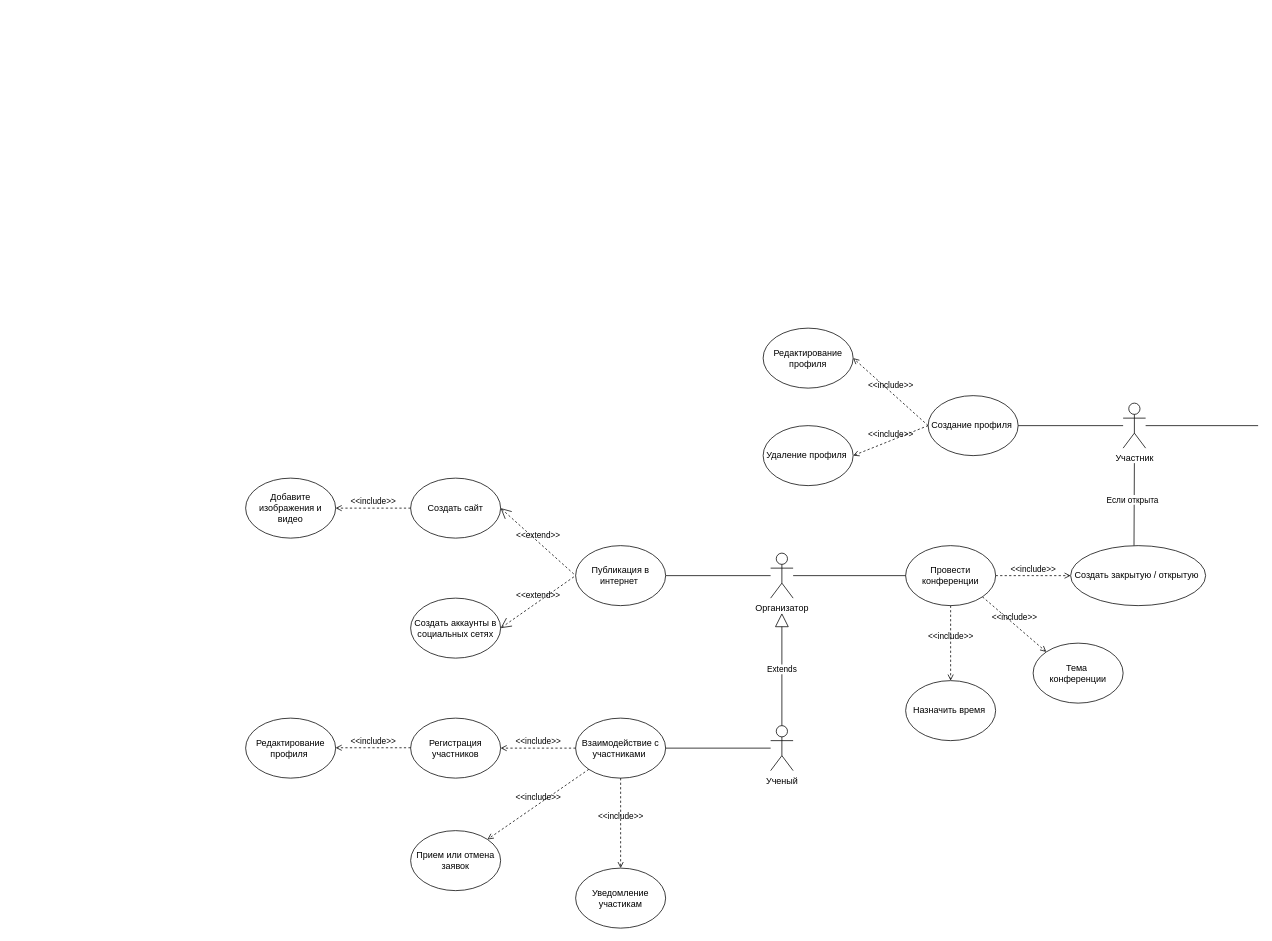
makatom15/scientific-conference- keeps this draw.io diagram as Диаграмма без названия.drawio. Above is the earlier version. Source tidied: cells renumbered, new cells numbered last; positions are measured from the earlier drawing's top-left corner, leaving out a move shared by most shapes. Both pictures are drawn from the tidied source at 75%, with x=0, y=0 at pixel (245, 328).
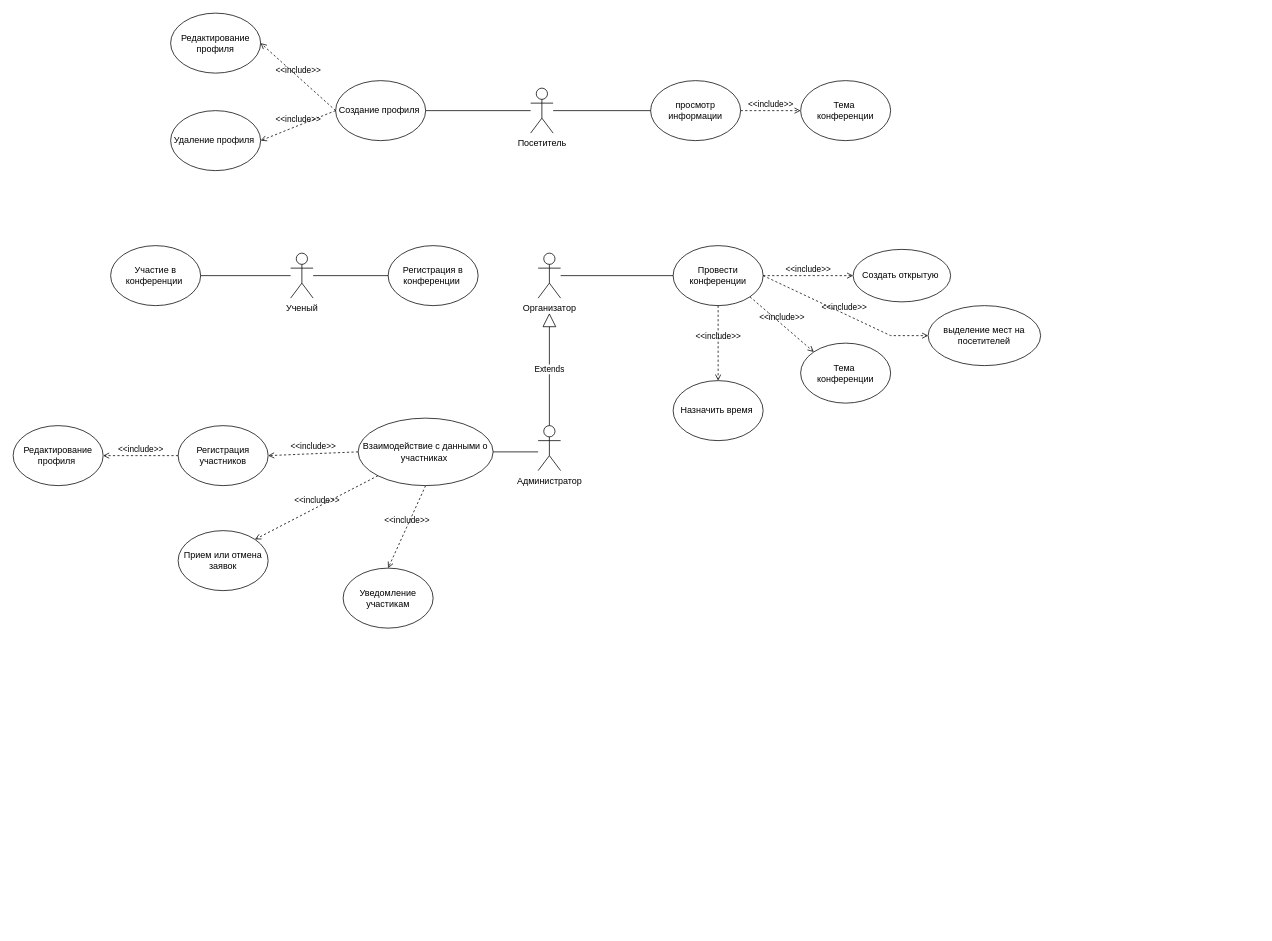
After the change.

What changed in the source:
```diff
@@
-    <mxCell id="2" value="Ученый" style="shape=umlActor;verticalLabelPosition=bottom;verticalAlign=top;html=1;outlineConnect=0;" parent="1" vertex="1">
-      <mxGeometry x="700" y="530" width="30" height="60" as="geometry" />
+    <mxCell id="2" value="Администратор" style="shape=umlActor;verticalLabelPosition=bottom;verticalAlign=top;html=1;outlineConnect=0;" parent="1" vertex="1">
+      <mxGeometry x="390" y="130" width="30" height="60" as="geometry" />
     </mxCell>
     <mxCell id="3" value="Организатор" style="shape=umlActor;verticalLabelPosition=bottom;verticalAlign=top;html=1;outlineConnect=0;" parent="1" vertex="1">
-      <mxGeometry x="700" y="300" width="30" height="60" as="geometry" />
+      <mxGeometry x="390" y="-100" width="30" height="60" as="geometry" />
     </mxCell>
-    <mxCell id="4" value="Взаимодействие с участниками&amp;nbsp;" style="ellipse;whiteSpace=wrap;html=1;" parent="1" vertex="1">
-      <mxGeometry x="440" y="520" width="120" height="80" as="geometry" />
+    <mxCell id="4" value="Взаимодействие с данными о участниках&amp;nbsp;" style="ellipse;whiteSpace=wrap;html=1;" parent="1" vertex="1">
+      <mxGeometry x="150" y="120" width="180" height="90" as="geometry" />
     </mxCell>
-    <mxCell id="5" style="endArrow=none;html=1;rounded=0;exitX=1;exitY=0.5;exitDx=0;exitDy=0;" parent="1" edge="1" source="4" target="2">
-      <mxGeometry relative="1" as="geometry" />
+    <mxCell id="5" style="endArrow=none;html=1;rounded=0;exitX=1;exitY=0.5;exitDx=0;exitDy=0;" parent="1" edge="1" source="4">
+      <mxGeometry relative="1" as="geometry">
+        <mxPoint x="390" y="165" as="targetPoint" />
+      </mxGeometry>
     </mxCell>
-    <mxCell id="6" style="endArrow=none;html=1;rounded=0;exitX=1;exitY=0.5;exitDx=0;exitDy=0;" parent="1" edge="1" target="3">
-      <mxGeometry relative="1" as="geometry">
-        <mxPoint x="560" y="330" as="sourcePoint" />
-      </mxGeometry>
-    </mxCell>
     <mxCell id="7" value="Провести конференции" style="ellipse;whiteSpace=wrap;html=1;" parent="1" vertex="1">
-      <mxGeometry x="880" y="290" width="120" height="80" as="geometry" />
+      <mxGeometry x="570" y="-110" width="120" height="80" as="geometry" />
     </mxCell>
@@
-    <mxCell id="9" value="Участник" style="shape=umlActor;verticalLabelPosition=bottom;verticalAlign=top;html=1;outlineConnect=0;" parent="1" vertex="1">
-      <mxGeometry x="1170" y="100" width="30" height="60" as="geometry" />
+    <mxCell id="9" value="Посетитель" style="shape=umlActor;verticalLabelPosition=bottom;verticalAlign=top;html=1;outlineConnect=0;" parent="1" vertex="1">
+      <mxGeometry x="380" y="-320" width="30" height="60" as="geometry" />
     </mxCell>
-    <mxCell id="10" style="endArrow=none;html=1;rounded=0;entryX=0;entryY=0.5;entryDx=0;entryDy=0;" parent="1" edge="1" source="9">
-      <mxGeometry relative="1" as="geometry">
-        <mxPoint x="1350" y="130" as="targetPoint" />
-      </mxGeometry>
-    </mxCell>
-    <mxCell id="11" style="endArrow=none;html=1;rounded=0;exitX=1;exitY=0.5;exitDx=0;exitDy=0;" parent="1" edge="1" target="9">
+    <mxCell id="11" style="endArrow=none;html=1;rounded=0;exitX=1;exitY=0.5;exitDx=0;exitDy=0;" parent="1" edge="1">
       <mxGeometry relative="1" as="geometry">
-        <mxPoint x="1030" y="130" as="sourcePoint" />
+        <mxPoint x="240" y="-290" as="sourcePoint" />
+        <mxPoint x="380" y="-290" as="targetPoint" />
       </mxGeometry>
     </mxCell>
     <mxCell id="12" value="Уведомление участикам" style="ellipse;whiteSpace=wrap;html=1;" parent="1" vertex="1">
-      <mxGeometry x="440" y="720" width="120" height="80" as="geometry" />
+      <mxGeometry x="130" y="320" width="120" height="80" as="geometry" />
     </mxCell>
     <mxCell id="13" value="Прием или отмена заявок" style="ellipse;whiteSpace=wrap;html=1;" parent="1" vertex="1">
-      <mxGeometry x="220" y="670" width="120" height="80" as="geometry" />
+      <mxGeometry x="-90" y="270" width="120" height="80" as="geometry" />
     </mxCell>
     <mxCell id="14" value="Регистрация участников" style="ellipse;whiteSpace=wrap;html=1;" parent="1" vertex="1">
-      <mxGeometry x="220" y="520" width="120" height="80" as="geometry" />
+      <mxGeometry x="-90" y="130" width="120" height="80" as="geometry" />
     </mxCell>
@@
     <mxCell id="18" value="Extends" style="endArrow=block;endSize=16;endFill=0;html=1;rounded=0;exitX=0.5;exitY=0;exitDx=0;exitDy=0;exitPerimeter=0;" parent="1" edge="1" source="2">
       <mxGeometry relative="1" as="geometry">
-        <mxPoint x="715" y="380" as="targetPoint" />
+        <mxPoint x="405" y="-20" as="targetPoint" />
       </mxGeometry>
     </mxCell>
-    <mxCell id="19" style="endArrow=none;html=1;rounded=0;exitX=0.5;exitY=0;exitDx=0;exitDy=0;" parent="1" edge="1">
-      <mxGeometry relative="1" as="geometry">
-        <mxPoint x="1184.5" y="290" as="sourcePoint" />
-        <mxPoint x="1185" y="180" as="targetPoint" />
-      </mxGeometry>
-    </mxCell>
-    <mxCell id="20" value="Если открыта&amp;nbsp;" style="edgeLabel;html=1;align=center;verticalAlign=middle;" parent="19" vertex="1">
-      <mxGeometry x="0.1" y="1" relative="1" as="geometry" />
-    </mxCell>
-    <mxCell id="21" value="&amp;lt;&amp;lt;include&amp;gt;&amp;gt;" style="edgeStyle=none;html=1;endArrow=open;verticalAlign=bottom;dashed=1;labelBackgroundColor=none;rounded=0;exitX=0;exitY=0.5;exitDx=0;exitDy=0;entryX=1;entryY=0.5;entryDx=0;entryDy=0;" parent="1" edge="1">
-      <mxGeometry relative="1" as="geometry">
-        <mxPoint x="220" y="559.5" as="sourcePoint" />
-        <mxPoint x="120" y="559.5" as="targetPoint" />
-      </mxGeometry>
+    <mxCell id="21" value="&amp;lt;&amp;lt;include&amp;gt;&amp;gt;" style="edgeStyle=none;html=1;endArrow=open;verticalAlign=bottom;dashed=1;labelBackgroundColor=none;rounded=0;exitX=0;exitY=0.5;exitDx=0;exitDy=0;entryX=1;entryY=0.5;entryDx=0;entryDy=0;" parent="1" edge="1" source="14" target="22">
+      <mxGeometry relative="1" as="geometry" />
     </mxCell>
     <mxCell id="22" value="Редактирование профиля&amp;nbsp;" style="ellipse;whiteSpace=wrap;html=1;" parent="1" vertex="1">
-      <mxGeometry y="520" width="120" height="80" as="geometry" />
+      <mxGeometry x="-310" y="130" width="120" height="80" as="geometry" />
     </mxCell>
     <mxCell id="23" value="Назначить время&amp;nbsp;" style="ellipse;whiteSpace=wrap;html=1;" parent="1" vertex="1">
-      <mxGeometry x="880" y="470" width="120" height="80" as="geometry" />
+      <mxGeometry x="570" y="70" width="120" height="80" as="geometry" />
     </mxCell>
@@
-    <mxCell id="25" value="Создать закрытую / открытую&amp;nbsp;" style="ellipse;whiteSpace=wrap;html=1;" parent="1" vertex="1">
-      <mxGeometry x="1100" y="290" width="180" height="80" as="geometry" />
+    <mxCell id="25" value="Создать открытую&amp;nbsp;" style="ellipse;whiteSpace=wrap;html=1;" parent="1" vertex="1">
+      <mxGeometry x="810" y="-105" width="130" height="70" as="geometry" />
     </mxCell>
@@
     <mxCell id="27" value="Создание профиля&amp;nbsp;" style="ellipse;whiteSpace=wrap;html=1;" parent="1" vertex="1">
-      <mxGeometry x="910" y="90" width="120" height="80" as="geometry" />
+      <mxGeometry x="120" y="-330" width="120" height="80" as="geometry" />
     </mxCell>
     <mxCell id="28" value="Редактирование профиля" style="ellipse;whiteSpace=wrap;html=1;" parent="1" vertex="1">
-      <mxGeometry x="690" width="120" height="80" as="geometry" />
+      <mxGeometry x="-100" y="-420" width="120" height="80" as="geometry" />
     </mxCell>
@@
     <mxCell id="30" value="Удаление профиля&amp;nbsp;" style="ellipse;whiteSpace=wrap;html=1;" parent="1" vertex="1">
-      <mxGeometry x="690" y="130" width="120" height="80" as="geometry" />
+      <mxGeometry x="-100" y="-290" width="120" height="80" as="geometry" />
     </mxCell>
@@
     <mxCell id="32" value="Тема&amp;nbsp;&lt;br&gt;конференции" style="ellipse;whiteSpace=wrap;html=1;" parent="1" vertex="1">
-      <mxGeometry x="1050" y="420" width="120" height="80" as="geometry" />
+      <mxGeometry x="740" y="20" width="120" height="80" as="geometry" />
     </mxCell>
@@
-    <mxCell id="34" value="Публикация в интернет&amp;nbsp;" style="ellipse;whiteSpace=wrap;html=1;" parent="1" vertex="1">
-      <mxGeometry x="440" y="290" width="120" height="80" as="geometry" />
-    </mxCell>
-    <mxCell id="35" value="Создать сайт" style="ellipse;whiteSpace=wrap;html=1;" parent="1" vertex="1">
-      <mxGeometry x="220" y="200" width="120" height="80" as="geometry" />
-    </mxCell>
-    <mxCell id="36" value="&amp;lt;&amp;lt;extend&amp;gt;&amp;gt;" style="edgeStyle=none;html=1;startArrow=open;endArrow=none;startSize=12;verticalAlign=bottom;dashed=1;labelBackgroundColor=none;rounded=0;entryX=0;entryY=0.5;entryDx=0;entryDy=0;exitX=1;exitY=0.5;exitDx=0;exitDy=0;" parent="1" edge="1" source="35" target="34">
-      <mxGeometry relative="1" as="geometry" />
-    </mxCell>
-    <mxCell id="37" value="Добавите изображения и видео" style="ellipse;whiteSpace=wrap;html=1;" parent="1" vertex="1">
-      <mxGeometry y="200" width="120" height="80" as="geometry" />
-    </mxCell>
-    <mxCell id="38" value="&amp;lt;&amp;lt;include&amp;gt;&amp;gt;" style="edgeStyle=none;html=1;endArrow=open;verticalAlign=bottom;dashed=1;labelBackgroundColor=none;rounded=0;exitX=0;exitY=0.5;exitDx=0;exitDy=0;entryX=1;entryY=0.5;entryDx=0;entryDy=0;" parent="1" edge="1" source="35" target="37">
-      <mxGeometry relative="1" as="geometry" />
-    </mxCell>
-    <mxCell id="39" value="Создать аккаунты в социальных сетях" style="ellipse;whiteSpace=wrap;html=1;" parent="1" vertex="1">
-      <mxGeometry x="220" y="360" width="120" height="80" as="geometry" />
-    </mxCell>
-    <mxCell id="40" value="&amp;lt;&amp;lt;extend&amp;gt;&amp;gt;" style="edgeStyle=none;html=1;startArrow=open;endArrow=none;startSize=12;verticalAlign=bottom;dashed=1;labelBackgroundColor=none;rounded=0;entryX=0;entryY=0.5;entryDx=0;entryDy=0;exitX=1;exitY=0.5;exitDx=0;exitDy=0;" parent="1" edge="1" source="39" target="34">
-      <mxGeometry relative="1" as="geometry" />
-    </mxCell>
+    <mxCell id="41" value="просмотр информации" style="ellipse;whiteSpace=wrap;html=1;" parent="1" vertex="1">
+      <mxGeometry x="540" y="-330" width="120" height="80" as="geometry" />
+    </mxCell>
+    <mxCell id="42" value="Тема&amp;nbsp;&lt;br style=&quot;border-color: var(--border-color);&quot;&gt;конференции" style="ellipse;whiteSpace=wrap;html=1;" parent="1" vertex="1">
+      <mxGeometry x="740" y="-330" width="120" height="80" as="geometry" />
+    </mxCell>
+    <mxCell id="43" value="&amp;lt;&amp;lt;include&amp;gt;&amp;gt;" style="edgeStyle=none;html=1;endArrow=open;verticalAlign=bottom;dashed=1;labelBackgroundColor=none;rounded=0;exitX=1;exitY=0.5;exitDx=0;exitDy=0;entryX=0;entryY=0.5;entryDx=0;entryDy=0;" parent="1" edge="1" source="41" target="42">
+      <mxGeometry relative="1" as="geometry" />
+    </mxCell>
+    <mxCell id="44" value="&amp;lt;&amp;lt;include&amp;gt;&amp;gt;" style="edgeStyle=none;html=1;endArrow=open;verticalAlign=bottom;dashed=1;labelBackgroundColor=none;rounded=0;exitX=1;exitY=0.5;exitDx=0;exitDy=0;entryX=0;entryY=0.5;entryDx=0;entryDy=0;" parent="1" edge="1" source="7" target="45">
+      <mxGeometry relative="1" as="geometry">
+        <Array as="points">
+          <mxPoint x="860" y="10" />
+        </Array>
+      </mxGeometry>
+    </mxCell>
+    <mxCell id="45" value="выделение мест на посетителей" style="ellipse;whiteSpace=wrap;html=1;" parent="1" vertex="1">
+      <mxGeometry x="910" y="-30" width="150" height="80" as="geometry" />
+    </mxCell>
+    <mxCell id="46" value="Ученый" style="shape=umlActor;verticalLabelPosition=bottom;verticalAlign=top;html=1;outlineConnect=0;" parent="1" vertex="1">
+      <mxGeometry x="60" y="-100" width="30" height="60" as="geometry" />
+    </mxCell>
+    <mxCell id="47" value="Участие в конференции&amp;nbsp;" style="ellipse;whiteSpace=wrap;html=1;" parent="1" vertex="1">
+      <mxGeometry x="-180" y="-110" width="120" height="80" as="geometry" />
+    </mxCell>
+    <mxCell id="48" style="endArrow=none;html=1;rounded=0;exitX=1;exitY=0.5;exitDx=0;exitDy=0;" parent="1" edge="1" source="47" target="46">
+      <mxGeometry relative="1" as="geometry" />
+    </mxCell>
+    <mxCell id="49" value="Регистрация в&lt;br&gt;конференции&amp;nbsp;" style="ellipse;whiteSpace=wrap;html=1;" parent="1" vertex="1">
+      <mxGeometry x="190" y="-110" width="120" height="80" as="geometry" />
+    </mxCell>
+    <mxCell id="50" style="endArrow=none;html=1;rounded=0;entryX=0;entryY=0.5;entryDx=0;entryDy=0;" parent="1" edge="1" source="46" target="49">
+      <mxGeometry relative="1" as="geometry" />
+    </mxCell>
+    <mxCell id="51" style="endArrow=none;html=1;rounded=0;entryX=0;entryY=0.5;entryDx=0;entryDy=0;" parent="1" edge="1" source="9" target="41">
+      <mxGeometry relative="1" as="geometry" />
+    </mxCell>
```
